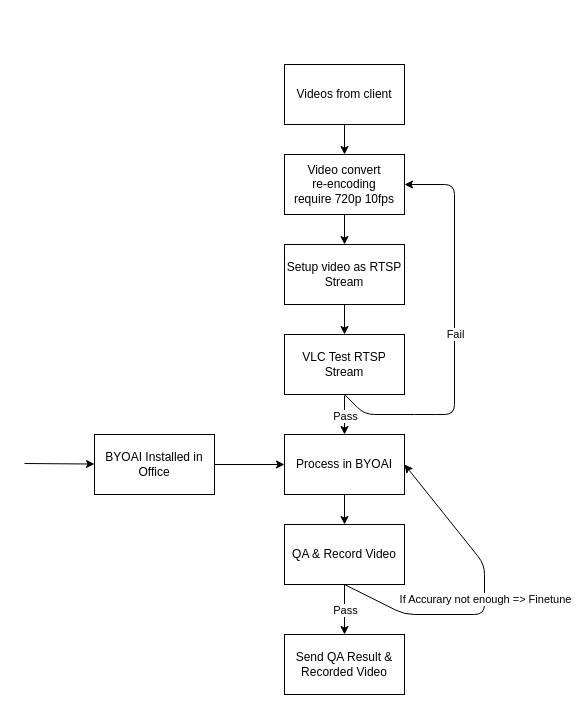
QAlexBall/diagrams keeps this draw.io diagram as BYOAI Work Flow.drawio. Above is the earlier version. Source tidied: cells renumbered, new cells numbered last; positions are measured from the earlier drawing's top-left corner, leaving out a move shared by most shapes. Both pictures are drawn from the tidied source at 100%, with x=0, y=0 at pixel (24, 64).
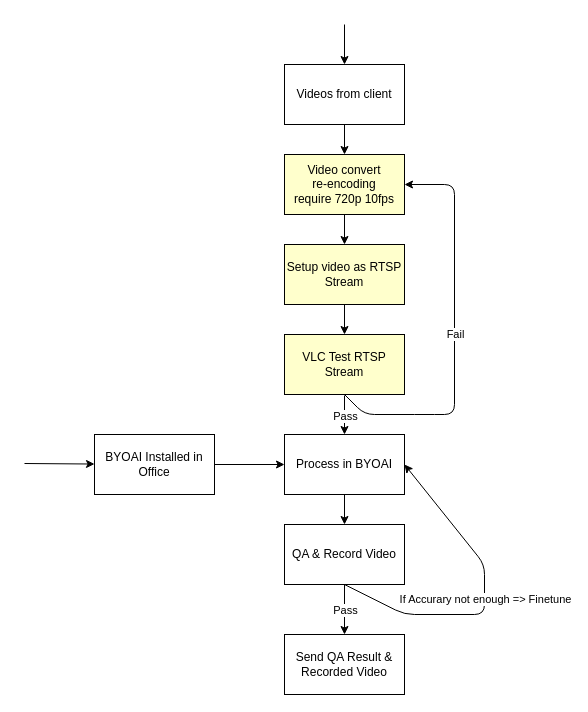
Above is the later version.

Unchanged cells that the change refers to:
```xml
<mxCell id="2" value="Videos from client" style="rounded=0;whiteSpace=wrap;html=1;" parent="1" vertex="1">
  <mxGeometry x="260" width="120" height="60" as="geometry" />
</mxCell>
```

Change to the diagram source:
```diff
@@
-    <mxCell id="4" value="Video convert&lt;br&gt;re-encoding&lt;br&gt;require 720p 10fps" style="rounded=0;whiteSpace=wrap;html=1;" parent="1" vertex="1">
+    <mxCell id="4" value="Video convert&lt;br&gt;re-encoding&lt;br&gt;require 720p 10fps" style="rounded=0;whiteSpace=wrap;html=1;fillColor=#FFFFCC;" parent="1" vertex="1">
       <mxGeometry x="260" y="90" width="120" height="60" as="geometry" />
     </mxCell>
@@
-    <mxCell id="6" value="Setup video as RTSP Stream" style="rounded=0;whiteSpace=wrap;html=1;" parent="1" vertex="1">
+    <mxCell id="6" value="Setup video as RTSP Stream" style="rounded=0;whiteSpace=wrap;html=1;fillColor=#FFFFCC;" parent="1" vertex="1">
       <mxGeometry x="260" y="180" width="120" height="60" as="geometry" />
     </mxCell>
-    <mxCell id="7" value="VLC Test RTSP Stream" style="rounded=0;whiteSpace=wrap;html=1;" parent="1" vertex="1">
+    <mxCell id="7" value="VLC Test RTSP Stream" style="rounded=0;whiteSpace=wrap;html=1;fillColor=#FFFFCC;" parent="1" vertex="1">
       <mxGeometry x="260" y="270" width="120" height="60" as="geometry" />
     </mxCell>
@@
+    <mxCell id="24" style="endArrow=classic;html=1;entryX=0.5;entryY=0;entryDx=0;entryDy=0;" parent="1" edge="1" target="2">
+      <mxGeometry relative="1" as="geometry">
+        <mxPoint x="320" y="-40" as="sourcePoint" />
+      </mxGeometry>
+    </mxCell>
```
